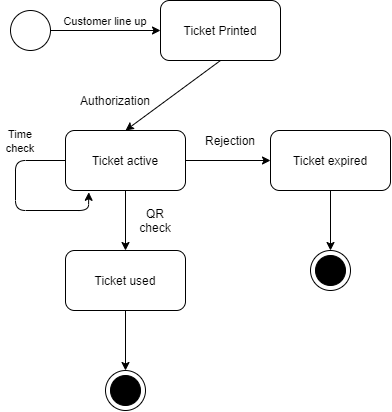
Above: RASD/images/TicketPhysical.png in damiano1996/DerinValencic (draw.io), before the change. Source tidied: cells renumbered, new cells last; positions are measured from the earlier drawing's top-left corner, leaving out a move shared by most shapes. The source it was exported from:
```xml
<mxGraphModel>
  <root>
    <mxCell id="0" />
    <mxCell id="1" parent="0" />
    <mxCell id="2" style="ellipse;whiteSpace=wrap;html=1;" parent="1" vertex="1">
      <mxGeometry x="10" y="10" width="40" height="40" as="geometry" />
    </mxCell>
    <mxCell id="3" value="Ticket Printed" style="rounded=1;whiteSpace=wrap;html=1;" parent="1" vertex="1">
      <mxGeometry x="160" width="120" height="60" as="geometry" />
    </mxCell>
    <mxCell id="4" style="endArrow=classic;html=1;exitX=1;exitY=0.5;exitDx=0;exitDy=0;entryX=0;entryY=0.5;entryDx=0;entryDy=0;" parent="1" edge="1" source="2" target="3">
      <mxGeometry relative="1" as="geometry" />
    </mxCell>
    <mxCell id="5" value="&lt;font style=&quot;font-size: 11px&quot;&gt;Customer line up&lt;/font&gt;" style="text;html=1;strokeColor=none;fillColor=none;align=center;verticalAlign=middle;whiteSpace=wrap;rounded=0;" parent="1" vertex="1">
      <mxGeometry x="60" y="10" width="90" height="20" as="geometry" />
    </mxCell>
    <mxCell id="6" value="Ticket active" style="rounded=1;whiteSpace=wrap;html=1;" parent="1" vertex="1">
      <mxGeometry x="65" y="130" width="120" height="60" as="geometry" />
    </mxCell>
    <mxCell id="7" style="endArrow=classic;html=1;entryX=0.5;entryY=0;entryDx=0;entryDy=0;exitX=0.5;exitY=1;exitDx=0;exitDy=0;" parent="1" edge="1" source="3" target="6">
      <mxGeometry relative="1" as="geometry" />
    </mxCell>
    <mxCell id="8" value="Authorization" style="text;html=1;strokeColor=none;fillColor=none;align=center;verticalAlign=middle;whiteSpace=wrap;rounded=0;" parent="1" vertex="1">
      <mxGeometry x="95" y="90" width="40" height="20" as="geometry" />
    </mxCell>
    <mxCell id="9" style="endArrow=classic;html=1;exitX=0.5;exitY=1;exitDx=0;exitDy=0;entryX=0.5;entryY=0;entryDx=0;entryDy=0;" parent="1" edge="1" source="6" target="15">
      <mxGeometry relative="1" as="geometry" />
    </mxCell>
    <mxCell id="10" style="endArrow=classic;html=1;exitX=1;exitY=0.5;exitDx=0;exitDy=0;entryX=0;entryY=0.5;entryDx=0;entryDy=0;" parent="1" edge="1" source="6" target="11">
      <mxGeometry relative="1" as="geometry" />
    </mxCell>
    <mxCell id="11" value="Ticket expired" style="rounded=1;whiteSpace=wrap;html=1;" parent="1" vertex="1">
      <mxGeometry x="270" y="130" width="120" height="60" as="geometry" />
    </mxCell>
    <mxCell id="12" style="endArrow=classic;html=1;entryX=0.194;entryY=1.03;entryDx=0;entryDy=0;entryPerimeter=0;" parent="1" edge="1" target="6">
      <mxGeometry relative="1" as="geometry">
        <mxPoint x="65" y="160" as="sourcePoint" />
        <Array as="points">
          <mxPoint x="15" y="160" />
          <mxPoint x="15" y="210" />
          <mxPoint x="88" y="210" />
        </Array>
      </mxGeometry>
    </mxCell>
    <mxCell id="13" value="&lt;font style=&quot;font-size: 11px&quot;&gt;Time check&lt;/font&gt;" style="text;html=1;strokeColor=none;fillColor=none;align=center;verticalAlign=middle;whiteSpace=wrap;rounded=0;" parent="1" vertex="1">
      <mxGeometry y="130" width="40" height="20" as="geometry" />
    </mxCell>
    <mxCell id="14" value="Rejection" style="text;html=1;strokeColor=none;fillColor=none;align=center;verticalAlign=middle;whiteSpace=wrap;rounded=0;" parent="1" vertex="1">
      <mxGeometry x="210" y="130" width="40" height="20" as="geometry" />
    </mxCell>
    <mxCell id="15" value="Ticket used" style="rounded=1;whiteSpace=wrap;html=1;" parent="1" vertex="1">
      <mxGeometry x="65" y="250" width="120" height="60" as="geometry" />
    </mxCell>
    <mxCell id="16" value="QR check" style="text;html=1;strokeColor=none;fillColor=none;align=center;verticalAlign=middle;whiteSpace=wrap;rounded=0;" parent="1" vertex="1">
      <mxGeometry x="135" y="210" width="40" height="20" as="geometry" />
    </mxCell>
    <mxCell id="17" style="endArrow=classic;html=1;exitX=0.5;exitY=1;exitDx=0;exitDy=0;" parent="1" edge="1" source="15" target="18">
      <mxGeometry relative="1" as="geometry" />
    </mxCell>
    <mxCell id="18" style="ellipse;whiteSpace=wrap;html=1;" parent="1" vertex="1">
      <mxGeometry x="105" y="370" width="40" height="40" as="geometry" />
    </mxCell>
    <mxCell id="19" style="ellipse;whiteSpace=wrap;html=1;fillColor=#000000;" parent="1" vertex="1">
      <mxGeometry x="110" y="375" width="30" height="30" as="geometry" />
    </mxCell>
    <mxCell id="20" style="ellipse;whiteSpace=wrap;html=1;" parent="1" vertex="1">
      <mxGeometry x="310" y="250" width="40" height="40" as="geometry" />
    </mxCell>
    <mxCell id="21" style="ellipse;whiteSpace=wrap;html=1;fillColor=#000000;" parent="1" vertex="1">
      <mxGeometry x="315" y="255" width="30" height="30" as="geometry" />
    </mxCell>
    <mxCell id="22" style="endArrow=classic;html=1;exitX=0.5;exitY=1;exitDx=0;exitDy=0;entryX=0.5;entryY=0;entryDx=0;entryDy=0;" parent="1" edge="1" source="11" target="20">
      <mxGeometry relative="1" as="geometry" />
    </mxCell>
  </root>
</mxGraphModel>
```
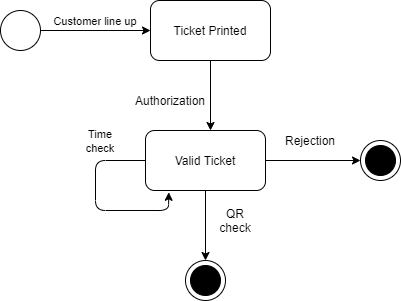
After the commit.

The edit, as a diff of the source:
```diff
@@ -14,63 +14,53 @@
     <mxCell id="5" value="&lt;font style=&quot;font-size: 11px&quot;&gt;Customer line up&lt;/font&gt;" style="text;html=1;strokeColor=none;fillColor=none;align=center;verticalAlign=middle;whiteSpace=wrap;rounded=0;" parent="1" vertex="1">
       <mxGeometry x="60" y="10" width="90" height="20" as="geometry" />
     </mxCell>
-    <mxCell id="6" value="Ticket active" style="rounded=1;whiteSpace=wrap;html=1;" parent="1" vertex="1">
-      <mxGeometry x="65" y="130" width="120" height="60" as="geometry" />
+    <mxCell id="6" value="Valid Ticket" style="rounded=1;whiteSpace=wrap;html=1;" parent="1" vertex="1">
+      <mxGeometry x="155" y="130" width="120" height="60" as="geometry" />
     </mxCell>
-    <mxCell id="7" style="endArrow=classic;html=1;entryX=0.5;entryY=0;entryDx=0;entryDy=0;exitX=0.5;exitY=1;exitDx=0;exitDy=0;" parent="1" edge="1" source="3" target="6">
-      <mxGeometry relative="1" as="geometry" />
+    <mxCell id="7" style="endArrow=classic;html=1;exitX=0.5;exitY=1;exitDx=0;exitDy=0;" parent="1" edge="1" source="3">
+      <mxGeometry relative="1" as="geometry">
+        <mxPoint x="220" y="130" as="targetPoint" />
+      </mxGeometry>
     </mxCell>
     <mxCell id="8" value="Authorization" style="text;html=1;strokeColor=none;fillColor=none;align=center;verticalAlign=middle;whiteSpace=wrap;rounded=0;" parent="1" vertex="1">
-      <mxGeometry x="95" y="90" width="40" height="20" as="geometry" />
+      <mxGeometry x="160" y="90" width="40" height="20" as="geometry" />
     </mxCell>
-    <mxCell id="9" style="endArrow=classic;html=1;exitX=0.5;exitY=1;exitDx=0;exitDy=0;entryX=0.5;entryY=0;entryDx=0;entryDy=0;" parent="1" edge="1" source="6" target="15">
+    <mxCell id="9" style="endArrow=classic;html=1;exitX=0.5;exitY=1;exitDx=0;exitDy=0;entryX=0.5;entryY=0;entryDx=0;entryDy=0;" parent="1" edge="1" source="6" target="18">
       <mxGeometry relative="1" as="geometry" />
     </mxCell>
-    <mxCell id="10" style="endArrow=classic;html=1;exitX=1;exitY=0.5;exitDx=0;exitDy=0;entryX=0;entryY=0.5;entryDx=0;entryDy=0;" parent="1" edge="1" source="6" target="11">
+    <mxCell id="10" style="endArrow=classic;html=1;exitX=1;exitY=0.5;exitDx=0;exitDy=0;entryX=0;entryY=0.5;entryDx=0;entryDy=0;" parent="1" edge="1" source="6" target="20">
       <mxGeometry relative="1" as="geometry" />
     </mxCell>
-    <mxCell id="11" value="Ticket expired" style="rounded=1;whiteSpace=wrap;html=1;" parent="1" vertex="1">
-      <mxGeometry x="270" y="130" width="120" height="60" as="geometry" />
-    </mxCell>
     <mxCell id="12" style="endArrow=classic;html=1;entryX=0.194;entryY=1.03;entryDx=0;entryDy=0;entryPerimeter=0;" parent="1" edge="1" target="6">
       <mxGeometry relative="1" as="geometry">
-        <mxPoint x="65" y="160" as="sourcePoint" />
+        <mxPoint x="155" y="160" as="sourcePoint" />
         <Array as="points">
-          <mxPoint x="15" y="160" />
-          <mxPoint x="15" y="210" />
-          <mxPoint x="88" y="210" />
+          <mxPoint x="105" y="160" />
+          <mxPoint x="105" y="210" />
+          <mxPoint x="178" y="210" />
         </Array>
       </mxGeometry>
     </mxCell>
     <mxCell id="13" value="&lt;font style=&quot;font-size: 11px&quot;&gt;Time check&lt;/font&gt;" style="text;html=1;strokeColor=none;fillColor=none;align=center;verticalAlign=middle;whiteSpace=wrap;rounded=0;" parent="1" vertex="1">
-      <mxGeometry y="130" width="40" height="20" as="geometry" />
+      <mxGeometry x="90" y="130" width="40" height="20" as="geometry" />
     </mxCell>
     <mxCell id="14" value="Rejection" style="text;html=1;strokeColor=none;fillColor=none;align=center;verticalAlign=middle;whiteSpace=wrap;rounded=0;" parent="1" vertex="1">
-      <mxGeometry x="210" y="130" width="40" height="20" as="geometry" />
+      <mxGeometry x="300" y="130" width="40" height="20" as="geometry" />
     </mxCell>
-    <mxCell id="15" value="Ticket used" style="rounded=1;whiteSpace=wrap;html=1;" parent="1" vertex="1">
-      <mxGeometry x="65" y="250" width="120" height="60" as="geometry" />
-    </mxCell>
     <mxCell id="16" value="QR check" style="text;html=1;strokeColor=none;fillColor=none;align=center;verticalAlign=middle;whiteSpace=wrap;rounded=0;" parent="1" vertex="1">
-      <mxGeometry x="135" y="210" width="40" height="20" as="geometry" />
+      <mxGeometry x="225" y="210" width="40" height="20" as="geometry" />
     </mxCell>
-    <mxCell id="17" style="endArrow=classic;html=1;exitX=0.5;exitY=1;exitDx=0;exitDy=0;" parent="1" edge="1" source="15" target="18">
-      <mxGeometry relative="1" as="geometry" />
-    </mxCell>
     <mxCell id="18" style="ellipse;whiteSpace=wrap;html=1;" parent="1" vertex="1">
-      <mxGeometry x="105" y="370" width="40" height="40" as="geometry" />
+      <mxGeometry x="195" y="260" width="40" height="40" as="geometry" />
     </mxCell>
     <mxCell id="19" style="ellipse;whiteSpace=wrap;html=1;fillColor=#000000;" parent="1" vertex="1">
-      <mxGeometry x="110" y="375" width="30" height="30" as="geometry" />
+      <mxGeometry x="200" y="265" width="30" height="30" as="geometry" />
     </mxCell>
     <mxCell id="20" style="ellipse;whiteSpace=wrap;html=1;" parent="1" vertex="1">
-      <mxGeometry x="310" y="250" width="40" height="40" as="geometry" />
+      <mxGeometry x="370" y="140" width="40" height="40" as="geometry" />
     </mxCell>
     <mxCell id="21" style="ellipse;whiteSpace=wrap;html=1;fillColor=#000000;" parent="1" vertex="1">
-      <mxGeometry x="315" y="255" width="30" height="30" as="geometry" />
+      <mxGeometry x="375" y="145" width="30" height="30" as="geometry" />
     </mxCell>
-    <mxCell id="22" style="endArrow=classic;html=1;exitX=0.5;exitY=1;exitDx=0;exitDy=0;entryX=0.5;entryY=0;entryDx=0;entryDy=0;" parent="1" edge="1" source="11" target="20">
-      <mxGeometry relative="1" as="geometry" />
-    </mxCell>
   </root>
 </mxGraphModel>
```
